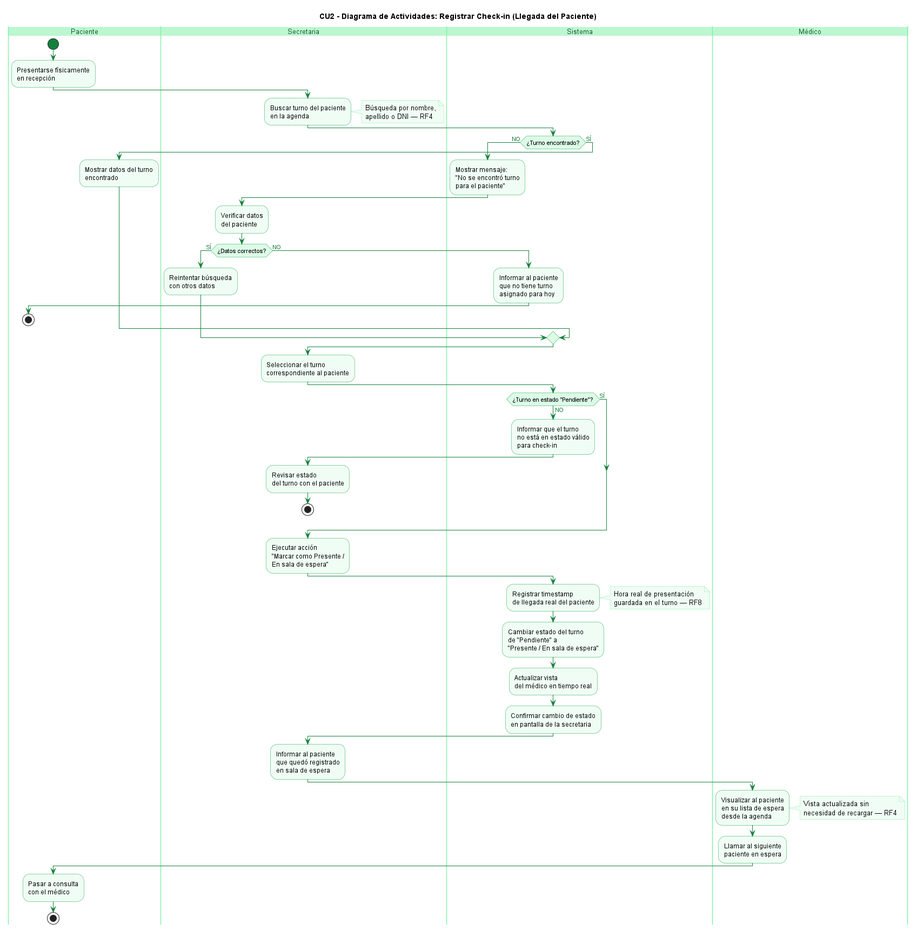
Earlier version of the PlantUML export diagramas/04-diagramas-actividades/04-actividad-registrar-checkin-02.png (angelgc9107-lgtm/SistemaTurnosMedicos_GP6).
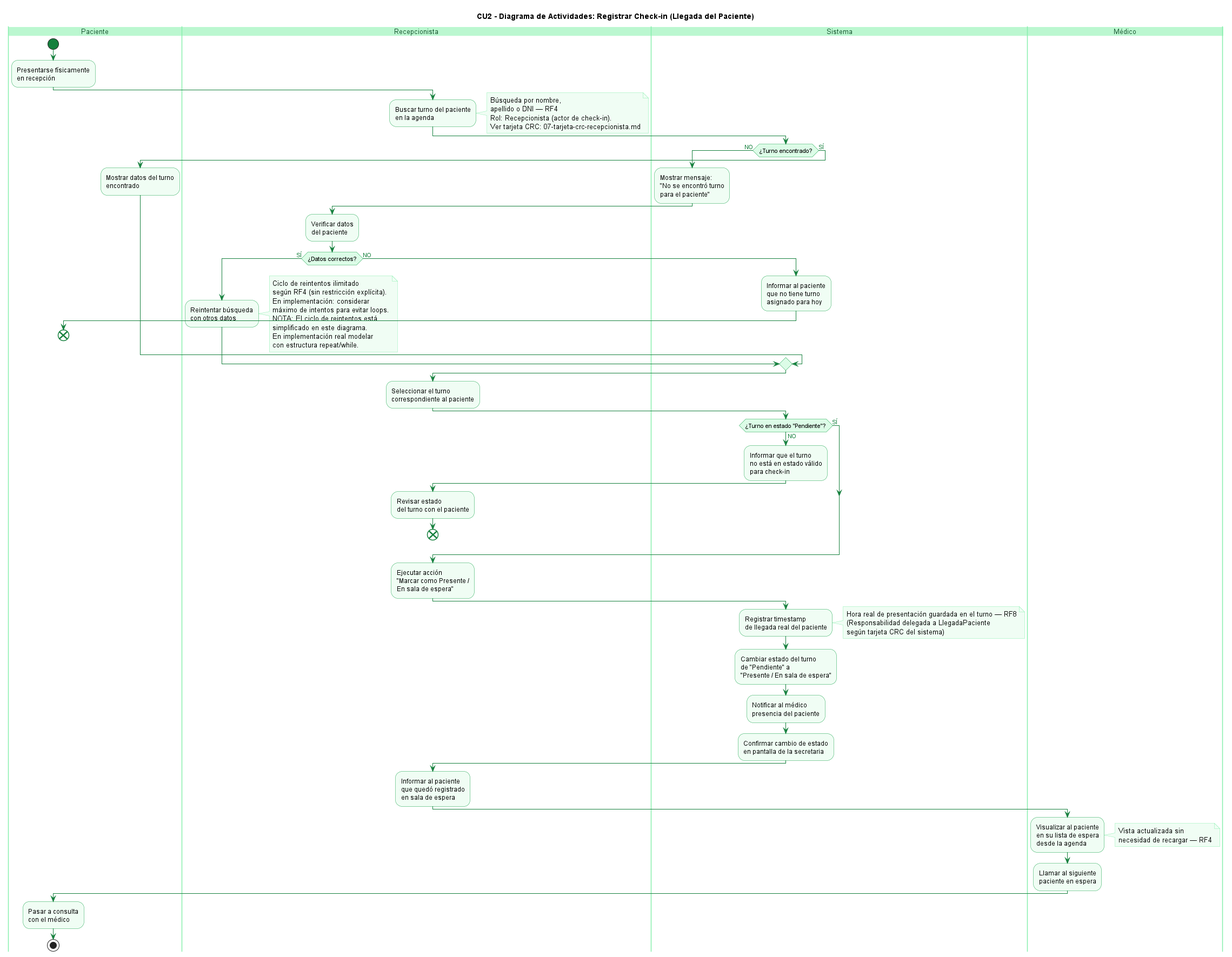
Above is the later version.

Commit message:
Correcion de diagrama de actividad registrar chekin

Diff of the diagram source:
```diff
@@ -26,59 +26,72 @@
 start
 :Presentarse físicamente\nen recepción;
 
-|Secretaria|
+|Recepcionista|
 :Buscar turno del paciente\nen la agenda;
 
 note right
   Búsqueda por nombre,
   apellido o DNI — RF4
+  Rol: Recepcionista (actor de check-in).
+  Ver tarjeta CRC: 07-tarjeta-crc-recepcionista.md
 end note
 
 |Sistema|
 if (¿Turno encontrado?) then (NO)
   :Mostrar mensaje:\n"No se encontró turno\npara el paciente";
-  |Secretaria|
+  |Recepcionista|
   :Verificar datos\ndel paciente;
   if (¿Datos correctos?) then (SÍ)
     :Reintentar búsqueda\ncon otros datos;
+    note right
+      Ciclo de reintentos ilimitado
+      según RF4 (sin restricción explícita).
+      En implementación: considerar
+      máximo de intentos para evitar loops.
+      NOTA: El ciclo de reintentos está
+      simplificado en este diagrama.
+      En implementación real modelar
+      con estructura repeat/while.
+    end note
     |Sistema|
   else (NO)
     :Informar al paciente\nque no tiene turno\nasignado para hoy;
     |Paciente|
-    stop
+    end
   endif
 else (SÍ)
   :Mostrar datos del turno\nencontrado;
 endif
 
-|Secretaria|
+|Recepcionista|
 :Seleccionar el turno\ncorrespondiente al paciente;
 
 |Sistema|
 if (¿Turno en estado "Pendiente"?) then (NO)
   :Informar que el turno\nno está en estado válido\npara check-in;
-  |Secretaria|
+  |Recepcionista|
   :Revisar estado\ndel turno con el paciente;
-  stop
+  end
 else (SÍ)
 endif
 
-|Secretaria|
+|Recepcionista|
 :Ejecutar acción\n"Marcar como Presente /\nEn sala de espera";
 
 |Sistema|
 :Registrar timestamp\nde llegada real del paciente;
 
 note right
-  Hora real de presentación
-  guardada en el turno — RF8
+  Hora real de presentación guardada en el turno — RF8
+  (Responsabilidad delegada a LlegadaPaciente
+  según tarjeta CRC del sistema)
 end note
 
 :Cambiar estado del turno\nde "Pendiente" a\n"Presente / En sala de espera";
-:Actualizar vista\ndel médico en tiempo real;
+:Notificar al médico\npresencia del paciente;
 :Confirmar cambio de estado\nen pantalla de la secretaria;
 
-|Secretaria|
+|Recepcionista|
 :Informar al paciente\nque quedó registrado\nen sala de espera;
 
 |Médico|
```
